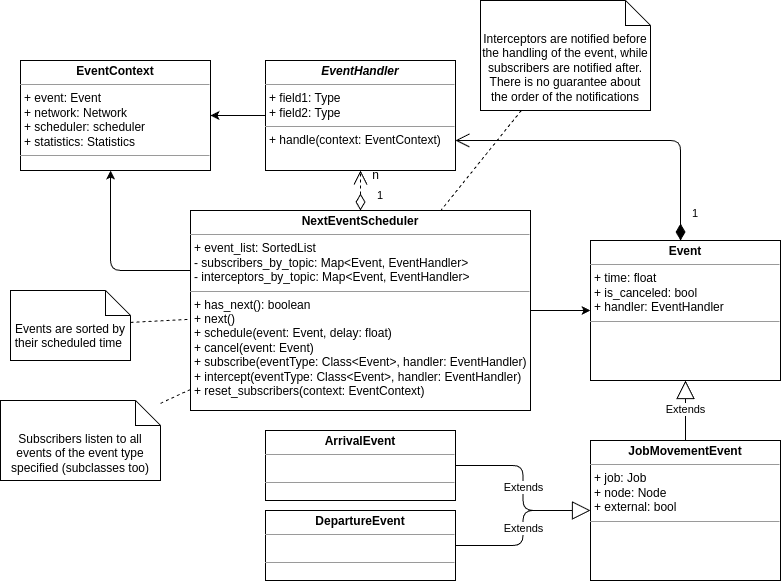
Above: docs/figs/computational_model/scheduler.drawio.png in Torkin1/webapp-workflow-pa (draw.io), before the change. Source tidied: cells renumbered, new cells last; positions are measured from the earlier drawing's top-left corner, leaving out a move shared by most shapes. Source of this version:
```xml
<mxGraphModel>
  <root>
    <mxCell id="0" />
    <mxCell id="1" parent="0" />
    <mxCell id="2" style="edgeStyle=none;html=1;endArrow=classic;endFill=1;" parent="1" edge="1" source="4" target="11">
      <mxGeometry relative="1" as="geometry" />
    </mxCell>
    <mxCell id="3" style="edgeStyle=orthogonalEdgeStyle;html=1;endArrow=classic;endFill=1;" parent="1" edge="1" source="4" target="15">
      <mxGeometry relative="1" as="geometry">
        <Array as="points">
          <mxPoint x="110" y="270" />
        </Array>
      </mxGeometry>
    </mxCell>
    <mxCell id="4" value="&lt;p style=&quot;margin:0px;margin-top:4px;text-align:center;&quot;&gt;&lt;b&gt;NextEventScheduler&lt;/b&gt;&lt;/p&gt;&lt;hr size=&quot;1&quot;&gt;&lt;p style=&quot;margin:0px;margin-left:4px;&quot;&gt;+ event_list: SortedList&lt;br&gt;- subscribers_by_topic: Map&amp;lt;Event, EventHandler&amp;gt;&lt;/p&gt;&lt;p style=&quot;margin:0px;margin-left:4px;&quot;&gt;- interceptors_by_topic: Map&amp;lt;Event, EventHandler&amp;gt;&lt;/p&gt;&lt;hr size=&quot;1&quot;&gt;&lt;p style=&quot;margin:0px;margin-left:4px;&quot;&gt;+ has_next(): boolean&lt;br&gt;+ next()&lt;/p&gt;&lt;p style=&quot;margin:0px;margin-left:4px;&quot;&gt;+ schedule(event: Event, delay: float)&lt;/p&gt;&lt;p style=&quot;margin:0px;margin-left:4px;&quot;&gt;+ cancel(event: Event)&lt;/p&gt;&lt;p style=&quot;margin:0px;margin-left:4px;&quot;&gt;+ subscribe(eventType: Class&amp;lt;Event&amp;gt;, handler: EventHandler)&lt;/p&gt;&lt;p style=&quot;margin:0px;margin-left:4px;&quot;&gt;+ intercept(eventType: Class&amp;lt;Event&amp;gt;, handler: EventHandler)&lt;/p&gt;&lt;p style=&quot;margin:0px;margin-left:4px;&quot;&gt;+ reset_subscribers(context: EventContext)&lt;/p&gt;" style="verticalAlign=top;align=left;overflow=fill;fontSize=12;fontFamily=Helvetica;html=1;" parent="1" vertex="1">
      <mxGeometry x="190" y="210" width="340" height="200" as="geometry" />
    </mxCell>
    <mxCell id="5" style="edgeStyle=none;html=1;dashed=1;endArrow=none;endFill=0;" parent="1" edge="1" source="6" target="4">
      <mxGeometry relative="1" as="geometry" />
    </mxCell>
    <mxCell id="6" value="Events are sorted by their scheduled time&amp;nbsp;" style="shape=note2;boundedLbl=1;whiteSpace=wrap;html=1;size=25;verticalAlign=top;align=center;" parent="1" vertex="1">
      <mxGeometry x="10" y="290" width="120" height="70" as="geometry" />
    </mxCell>
    <mxCell id="7" value="1" style="endArrow=open;html=1;endSize=12;startArrow=diamondThin;startSize=14;startFill=0;edgeStyle=orthogonalEdgeStyle;align=left;verticalAlign=bottom;dashed=1;" parent="1" edge="1" source="4" target="9">
      <mxGeometry x="-0.69" y="-15" relative="1" as="geometry">
        <Array as="points">
          <mxPoint x="365" y="160" />
          <mxPoint x="365" y="160" />
        </Array>
      </mxGeometry>
    </mxCell>
    <mxCell id="8" style="edgeStyle=orthogonalEdgeStyle;html=1;endArrow=classic;endFill=1;" parent="1" edge="1" source="9" target="15">
      <mxGeometry relative="1" as="geometry" />
    </mxCell>
    <mxCell id="9" value="&lt;p style=&quot;margin:0px;margin-top:4px;text-align:center;&quot;&gt;&lt;b&gt;&lt;i&gt;EventHandler&lt;/i&gt;&lt;/b&gt;&lt;/p&gt;&lt;hr size=&quot;1&quot;&gt;&lt;p style=&quot;margin:0px;margin-left:4px;&quot;&gt;+ field1: Type&lt;br&gt;+ field2: Type&lt;/p&gt;&lt;hr size=&quot;1&quot;&gt;&lt;p style=&quot;margin:0px;margin-left:4px;&quot;&gt;+ handle(context: EventContext)&lt;/p&gt;" style="verticalAlign=top;align=left;overflow=fill;fontSize=12;fontFamily=Helvetica;html=1;" parent="1" vertex="1">
      <mxGeometry x="265" y="60" width="190" height="110" as="geometry" />
    </mxCell>
    <mxCell id="10" value="n" style="text;html=1;align=center;verticalAlign=middle;strokeColor=none;fillColor=none;" parent="1" vertex="1">
      <mxGeometry x="360" y="160" width="30" height="30" as="geometry" />
    </mxCell>
    <mxCell id="11" value="&lt;p style=&quot;margin:0px;margin-top:4px;text-align:center;&quot;&gt;&lt;b&gt;Event&lt;/b&gt;&lt;/p&gt;&lt;hr size=&quot;1&quot;&gt;&lt;p style=&quot;margin:0px;margin-left:4px;&quot;&gt;+ time: float&lt;br&gt;+ is_canceled: bool&lt;/p&gt;&lt;p style=&quot;margin:0px;margin-left:4px;&quot;&gt;+ handler: EventHandler&lt;/p&gt;&lt;hr size=&quot;1&quot;&gt;&lt;p style=&quot;margin:0px;margin-left:4px;&quot;&gt;&lt;br&gt;&lt;/p&gt;" style="verticalAlign=top;align=left;overflow=fill;fontSize=12;fontFamily=Helvetica;html=1;" parent="1" vertex="1">
      <mxGeometry x="590" y="240" width="190" height="140" as="geometry" />
    </mxCell>
    <mxCell id="12" value="1" style="endArrow=open;html=1;endSize=12;startArrow=diamondThin;startSize=14;startFill=1;edgeStyle=orthogonalEdgeStyle;align=left;verticalAlign=bottom;" parent="1" edge="1" source="11" target="9">
      <mxGeometry x="-0.89" y="-10" relative="1" as="geometry">
        <Array as="points">
          <mxPoint x="680" y="140" />
        </Array>
      </mxGeometry>
    </mxCell>
    <mxCell id="13" value="Interceptors are notified before the handling of the event, while subscribers are notified after. There is no guarantee about the order of the notifications" style="shape=note2;boundedLbl=1;whiteSpace=wrap;html=1;size=25;verticalAlign=top;align=center;" parent="1" vertex="1">
      <mxGeometry x="480" width="170" height="110" as="geometry" />
    </mxCell>
    <mxCell id="14" style="edgeStyle=none;html=1;dashed=1;endArrow=none;endFill=0;" parent="1" edge="1" source="13" target="4">
      <mxGeometry relative="1" as="geometry" />
    </mxCell>
    <mxCell id="15" value="&lt;p style=&quot;margin:0px;margin-top:4px;text-align:center;&quot;&gt;&lt;b&gt;EventContext&lt;/b&gt;&lt;/p&gt;&lt;hr size=&quot;1&quot;&gt;&lt;p style=&quot;margin:0px;margin-left:4px;&quot;&gt;+ event: Event&lt;br&gt;+ network: Network&lt;/p&gt;&lt;p style=&quot;margin:0px;margin-left:4px;&quot;&gt;+ scheduler: scheduler&lt;/p&gt;&lt;p style=&quot;margin:0px;margin-left:4px;&quot;&gt;+ statistics: Statistics&lt;/p&gt;&lt;hr size=&quot;1&quot;&gt;&lt;p style=&quot;margin:0px;margin-left:4px;&quot;&gt;&lt;br&gt;&lt;/p&gt;" style="verticalAlign=top;align=left;overflow=fill;fontSize=12;fontFamily=Helvetica;html=1;" parent="1" vertex="1">
      <mxGeometry x="20" y="60" width="190" height="110" as="geometry" />
    </mxCell>
    <mxCell id="16" value="&lt;p style=&quot;margin:0px;margin-top:4px;text-align:center;&quot;&gt;&lt;b&gt;JobMovementEvent&lt;/b&gt;&lt;/p&gt;&lt;hr size=&quot;1&quot;&gt;&lt;p style=&quot;margin:0px;margin-left:4px;&quot;&gt;+ job: Job&lt;br&gt;+ node: Node&lt;/p&gt;&lt;p style=&quot;margin:0px;margin-left:4px;&quot;&gt;+ external: bool&lt;/p&gt;&lt;hr size=&quot;1&quot;&gt;&lt;p style=&quot;margin:0px;margin-left:4px;&quot;&gt;&lt;br&gt;&lt;/p&gt;" style="verticalAlign=top;align=left;overflow=fill;fontSize=12;fontFamily=Helvetica;html=1;" parent="1" vertex="1">
      <mxGeometry x="590" y="440" width="190" height="140" as="geometry" />
    </mxCell>
    <mxCell id="17" value="Extends" style="endArrow=block;endSize=16;endFill=0;html=1;" parent="1" edge="1" source="16" target="11">
      <mxGeometry relative="1" as="geometry" />
    </mxCell>
    <mxCell id="18" value="&lt;p style=&quot;margin:0px;margin-top:4px;text-align:center;&quot;&gt;&lt;b&gt;ArrivalEvent&lt;/b&gt;&lt;/p&gt;&lt;hr size=&quot;1&quot;&gt;&lt;p style=&quot;margin:0px;margin-left:4px;&quot;&gt;&lt;br&gt;&lt;/p&gt;&lt;hr size=&quot;1&quot;&gt;&lt;p style=&quot;margin:0px;margin-left:4px;&quot;&gt;&lt;br&gt;&lt;/p&gt;" style="verticalAlign=top;align=left;overflow=fill;fontSize=12;fontFamily=Helvetica;html=1;" parent="1" vertex="1">
      <mxGeometry x="265" y="430" width="190" height="70" as="geometry" />
    </mxCell>
    <mxCell id="19" value="&lt;p style=&quot;margin:0px;margin-top:4px;text-align:center;&quot;&gt;&lt;b&gt;DepartureEvent&lt;/b&gt;&lt;/p&gt;&lt;hr size=&quot;1&quot;&gt;&lt;p style=&quot;margin:0px;margin-left:4px;&quot;&gt;&lt;br&gt;&lt;/p&gt;&lt;hr size=&quot;1&quot;&gt;&lt;p style=&quot;margin:0px;margin-left:4px;&quot;&gt;&lt;br&gt;&lt;/p&gt;" style="verticalAlign=top;align=left;overflow=fill;fontSize=12;fontFamily=Helvetica;html=1;" parent="1" vertex="1">
      <mxGeometry x="265" y="510" width="190" height="70" as="geometry" />
    </mxCell>
    <mxCell id="20" value="Extends" style="endArrow=block;endSize=16;endFill=0;html=1;edgeStyle=orthogonalEdgeStyle;" parent="1" edge="1" source="18" target="16">
      <mxGeometry relative="1" as="geometry" />
    </mxCell>
    <mxCell id="21" value="Extends" style="endArrow=block;endSize=16;endFill=0;html=1;edgeStyle=orthogonalEdgeStyle;" parent="1" edge="1" source="19" target="16">
      <mxGeometry relative="1" as="geometry" />
    </mxCell>
    <mxCell id="22" value="Subscribers listen to all events of the event type specified (subclasses too)" style="shape=note2;boundedLbl=1;whiteSpace=wrap;html=1;size=25;verticalAlign=top;align=center;" parent="1" vertex="1">
      <mxGeometry y="400" width="160" height="80" as="geometry" />
    </mxCell>
    <mxCell id="23" style="edgeStyle=none;html=1;dashed=1;endArrow=none;endFill=0;" parent="1" edge="1" source="22" target="4">
      <mxGeometry relative="1" as="geometry" />
    </mxCell>
  </root>
</mxGraphModel>
```
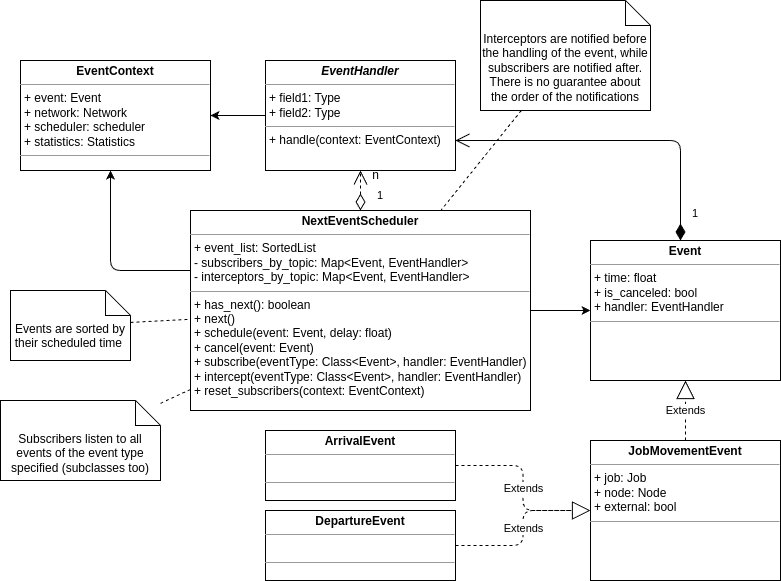
The same diagram one commit later.

The edit, as a diff of the source:
```diff
@@ -60,7 +60,7 @@
     <mxCell id="16" value="&lt;p style=&quot;margin:0px;margin-top:4px;text-align:center;&quot;&gt;&lt;b&gt;JobMovementEvent&lt;/b&gt;&lt;/p&gt;&lt;hr size=&quot;1&quot;&gt;&lt;p style=&quot;margin:0px;margin-left:4px;&quot;&gt;+ job: Job&lt;br&gt;+ node: Node&lt;/p&gt;&lt;p style=&quot;margin:0px;margin-left:4px;&quot;&gt;+ external: bool&lt;/p&gt;&lt;hr size=&quot;1&quot;&gt;&lt;p style=&quot;margin:0px;margin-left:4px;&quot;&gt;&lt;br&gt;&lt;/p&gt;" style="verticalAlign=top;align=left;overflow=fill;fontSize=12;fontFamily=Helvetica;html=1;" parent="1" vertex="1">
       <mxGeometry x="590" y="440" width="190" height="140" as="geometry" />
     </mxCell>
-    <mxCell id="17" value="Extends" style="endArrow=block;endSize=16;endFill=0;html=1;" parent="1" edge="1" source="16" target="11">
+    <mxCell id="17" value="Extends" style="endArrow=block;endSize=16;endFill=0;html=1;dashed=1;" parent="1" edge="1" source="16" target="11">
       <mxGeometry relative="1" as="geometry" />
     </mxCell>
     <mxCell id="18" value="&lt;p style=&quot;margin:0px;margin-top:4px;text-align:center;&quot;&gt;&lt;b&gt;ArrivalEvent&lt;/b&gt;&lt;/p&gt;&lt;hr size=&quot;1&quot;&gt;&lt;p style=&quot;margin:0px;margin-left:4px;&quot;&gt;&lt;br&gt;&lt;/p&gt;&lt;hr size=&quot;1&quot;&gt;&lt;p style=&quot;margin:0px;margin-left:4px;&quot;&gt;&lt;br&gt;&lt;/p&gt;" style="verticalAlign=top;align=left;overflow=fill;fontSize=12;fontFamily=Helvetica;html=1;" parent="1" vertex="1">
@@ -69,10 +69,10 @@
     <mxCell id="19" value="&lt;p style=&quot;margin:0px;margin-top:4px;text-align:center;&quot;&gt;&lt;b&gt;DepartureEvent&lt;/b&gt;&lt;/p&gt;&lt;hr size=&quot;1&quot;&gt;&lt;p style=&quot;margin:0px;margin-left:4px;&quot;&gt;&lt;br&gt;&lt;/p&gt;&lt;hr size=&quot;1&quot;&gt;&lt;p style=&quot;margin:0px;margin-left:4px;&quot;&gt;&lt;br&gt;&lt;/p&gt;" style="verticalAlign=top;align=left;overflow=fill;fontSize=12;fontFamily=Helvetica;html=1;" parent="1" vertex="1">
       <mxGeometry x="265" y="510" width="190" height="70" as="geometry" />
     </mxCell>
-    <mxCell id="20" value="Extends" style="endArrow=block;endSize=16;endFill=0;html=1;edgeStyle=orthogonalEdgeStyle;" parent="1" edge="1" source="18" target="16">
+    <mxCell id="20" value="Extends" style="endArrow=block;endSize=16;endFill=0;html=1;edgeStyle=orthogonalEdgeStyle;dashed=1;" parent="1" edge="1" source="18" target="16">
       <mxGeometry relative="1" as="geometry" />
     </mxCell>
-    <mxCell id="21" value="Extends" style="endArrow=block;endSize=16;endFill=0;html=1;edgeStyle=orthogonalEdgeStyle;" parent="1" edge="1" source="19" target="16">
+    <mxCell id="21" value="Extends" style="endArrow=block;endSize=16;endFill=0;html=1;edgeStyle=orthogonalEdgeStyle;dashed=1;" parent="1" edge="1" source="19" target="16">
       <mxGeometry relative="1" as="geometry" />
     </mxCell>
     <mxCell id="22" value="Subscribers listen to all events of the event type specified (subclasses too)" style="shape=note2;boundedLbl=1;whiteSpace=wrap;html=1;size=25;verticalAlign=top;align=center;" parent="1" vertex="1">
```
